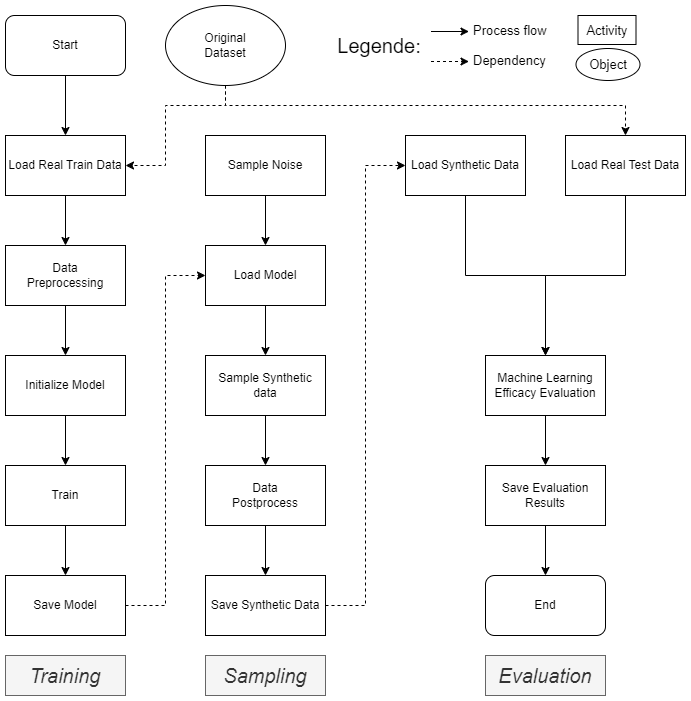
Above: images/Overall_original.png in SvenGroen/Masterarbeit (draw.io), before the change. Source tidied: cells renumbered, new cells last; positions are measured from the earlier drawing's top-left corner, leaving out a move shared by most shapes.
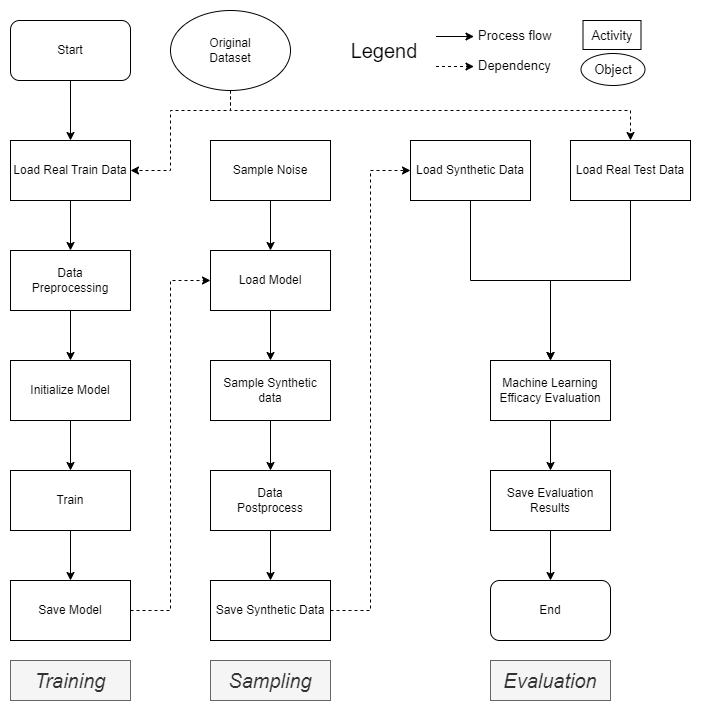
Later version of the same file.

What changed in the source:
```diff
@@ -130,7 +130,7 @@
         <mxPoint x="463.5" y="26" as="targetPoint" />
       </mxGeometry>
     </mxCell>
-    <mxCell id="40" value="Legende:" style="text;html=1;strokeColor=none;fillColor=none;align=center;verticalAlign=middle;whiteSpace=wrap;rounded=0;fontSize=20;" parent="1" vertex="1">
+    <mxCell id="40" value="Legend" style="text;html=1;strokeColor=none;fillColor=none;align=center;verticalAlign=middle;whiteSpace=wrap;rounded=0;fontSize=20;" parent="1" vertex="1">
       <mxGeometry x="334" y="25" width="80" height="30" as="geometry" />
     </mxCell>
     <mxCell id="41" value="Process flow" style="text;html=1;strokeColor=none;fillColor=none;align=left;verticalAlign=middle;whiteSpace=wrap;rounded=0;fontSize=13;" parent="1" vertex="1">
```
